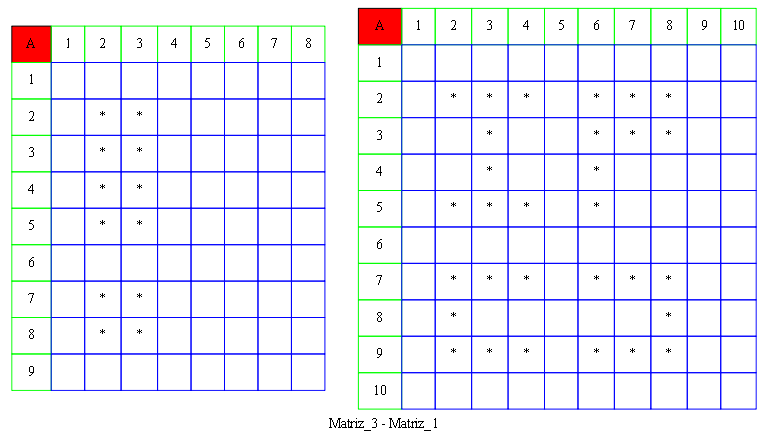
Above: Original.dot.png in AbidelLux/Proyecto02_1S2021IPC2_JAMES (Graphviz), before the change. Its source is kept beside it as Original.dot.
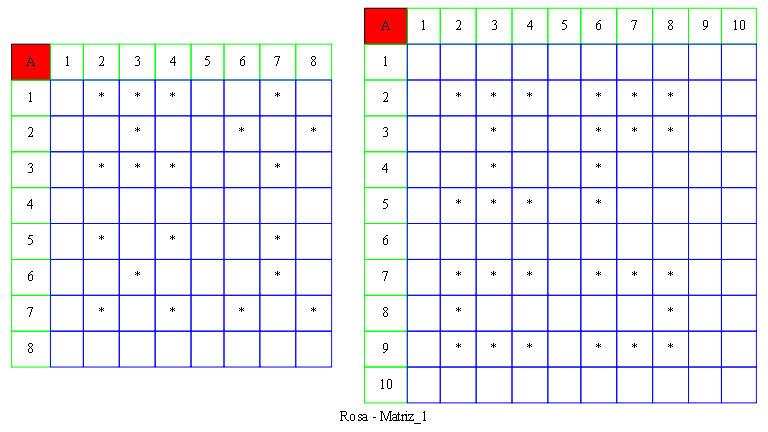
The same diagram one commit later.

What changed in the source:
```diff
@@ -1,21 +1,20 @@
 digraph {
 	size="8,8"
-	label="Matriz_3 - Matriz_1"
+	label="Rosa - Matriz_1"
 	tbl [
 	shape=plaintext
 	label=<
 
 		<table border="0" color="green" cellpadding="10" cellborder="1" cellspacing="0">
 	<tr><td bgcolor = "red" color="black"> A </td><td color="green">1</td><td color="green">2</td><td color="green">3</td><td color="green">4</td><td color="green">5</td><td color="green">6</td><td color="green">7</td><td color="green">8</td></tr>
-			<tr><td color="green"> 1 </td><td color="blue">   </td><td color="blue">   </td><td color="blue">   </td><td color="blue">   </td><td color="blue">   </td><td color="blue">   </td><td color="blue">   </td><td color="blue">   </td></tr>
-			<tr><td color="green"> 2 </td><td color="blue">   </td><td color="blue"> * </td><td color="blue"> * </td><td color="blue">   </td><td color="blue">   </td><td color="blue">   </td><td color="blue">   </td><td color="blue">   </td></tr>
-			<tr><td color="green"> 3 </td><td color="blue">   </td><td color="blue"> * </td><td color="blue"> * </td><td color="blue">   </td><td color="blue">   </td><td color="blue">   </td><td color="blue">   </td><td color="blue">   </td></tr>
-			<tr><td color="green"> 4 </td><td color="blue">   </td><td color="blue"> * </td><td color="blue"> * </td><td color="blue">   </td><td color="blue">   </td><td color="blue">   </td><td color="blue">   </td><td color="blue">   </td></tr>
-			<tr><td color="green"> 5 </td><td color="blue">   </td><td color="blue"> * </td><td color="blue"> * </td><td color="blue">   </td><td color="blue">   </td><td color="blue">   </td><td color="blue">   </td><td color="blue">   </td></tr>
-			<tr><td color="green"> 6 </td><td color="blue">   </td><td color="blue">   </td><td color="blue">   </td><td color="blue">   </td><td color="blue">   </td><td color="blue">   </td><td color="blue">   </td><td color="blue">   </td></tr>
-			<tr><td color="green"> 7 </td><td color="blue">   </td><td color="blue"> * </td><td color="blue"> * </td><td color="blue">   </td><td color="blue">   </td><td color="blue">   </td><td color="blue">   </td><td color="blue">   </td></tr>
-			<tr><td color="green"> 8 </td><td color="blue">   </td><td color="blue"> * </td><td color="blue"> * </td><td color="blue">   </td><td color="blue">   </td><td color="blue">   </td><td color="blue">   </td><td color="blue">   </td></tr>
-			<tr><td color="green"> 9 </td><td color="blue">   </td><td color="blue">   </td><td color="blue">   </td><td color="blue">   </td><td color="blue">   </td><td color="blue">   </td><td color="blue">   </td><td color="blue">   </td></tr>
+			<tr><td color="green"> 1 </td><td color="blue">   </td><td color="blue"> * </td><td color="blue"> * </td><td color="blue"> * </td><td color="blue">   </td><td color="blue">   </td><td color="blue"> * </td><td color="blue">   </td></tr>
+			<tr><td color="green"> 2 </td><td color="blue">   </td><td color="blue">   </td><td color="blue"> * </td><td color="blue">   </td><td color="blue">   </td><td color="blue"> * </td><td color="blue">   </td><td color="blue"> * </td></tr>
+			<tr><td color="green"> 3 </td><td color="blue">   </td><td color="blue"> * </td><td color="blue"> * </td><td color="blue"> * </td><td color="blue">   </td><td color="blue">   </td><td color="blue"> * </td><td color="blue">   </td></tr>
+			<tr><td color="green"> 4 </td><td color="blue">   </td><td color="blue">   </td><td color="blue">   </td><td color="blue">   </td><td color="blue">   </td><td color="blue">   </td><td color="blue">   </td><td color="blue">   </td></tr>
+			<tr><td color="green"> 5 </td><td color="blue">   </td><td color="blue"> * </td><td color="blue">   </td><td color="blue"> * </td><td color="blue">   </td><td color="blue">   </td><td color="blue"> * </td><td color="blue">   </td></tr>
+			<tr><td color="green"> 6 </td><td color="blue">   </td><td color="blue">   </td><td color="blue"> * </td><td color="blue">   </td><td color="blue">   </td><td color="blue">   </td><td color="blue"> * </td><td color="blue">   </td></tr>
+			<tr><td color="green"> 7 </td><td color="blue">   </td><td color="blue"> * </td><td color="blue">   </td><td color="blue"> * </td><td color="blue">   </td><td color="blue"> * </td><td color="blue">   </td><td color="blue"> * </td></tr>
+			<tr><td color="green"> 8 </td><td color="blue">   </td><td color="blue">   </td><td color="blue">   </td><td color="blue">   </td><td color="blue">   </td><td color="blue">   </td><td color="blue">   </td><td color="blue">   </td></tr>
 			</table>
 		>];
 	tbl1 [
```
